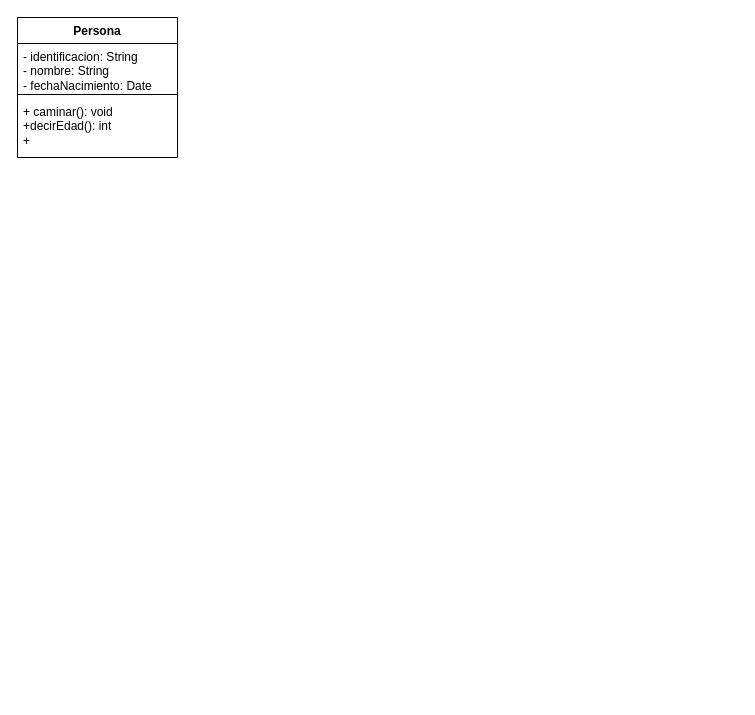
Earlier version of the draw.io diagram Diagrama de clases_S3.drawio (Isa4cc/BASE-DE-DATOS-I-DIAGRAMAS). Source tidied: cells renumbered, new cells numbered last; positions are measured from the earlier drawing's top-left corner, leaving out a move shared by most shapes. Both pictures are drawn from the tidied source at 100%, with x=0, y=0 at pixel (17, 17).
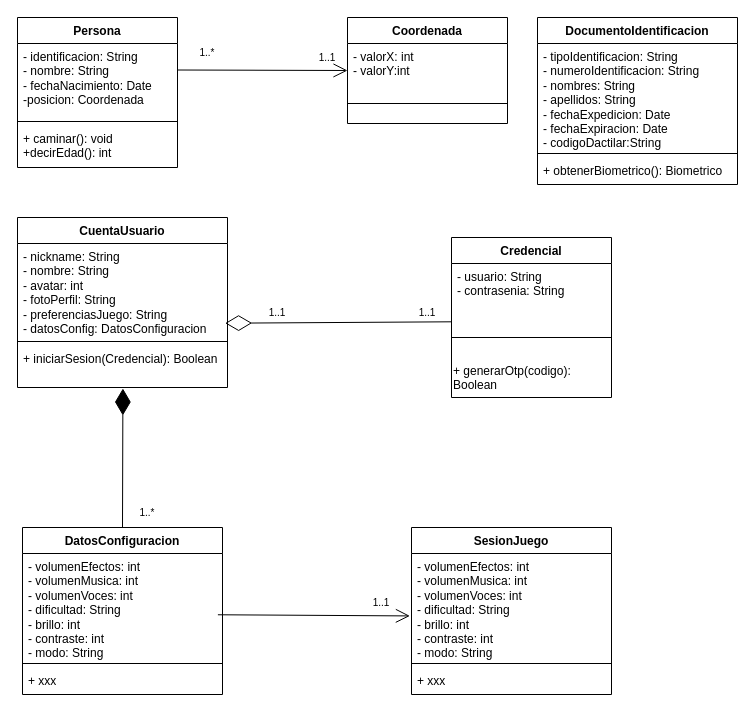
The same page after the edit.

The edit, as a diff of the source:
```diff
@@
     <mxCell id="2" value="Persona" style="swimlane;fontStyle=1;align=center;verticalAlign=top;horizontal=1;startSize=26;whiteSpace=wrap;html=1;" parent="1" vertex="1">
-      <mxGeometry width="160" height="140" as="geometry" />
+      <mxGeometry width="160" height="150" as="geometry" />
     </mxCell>
-    <mxCell id="3" value="&lt;div&gt;- identificacion: String&lt;/div&gt;&lt;div&gt;- nombre: String&lt;/div&gt;&lt;div&gt;- fechaNacimiento: Date&lt;/div&gt;" style="text;strokeColor=none;fillColor=none;align=left;verticalAlign=top;spacingLeft=4;spacingRight=4;overflow=hidden;whiteSpace=wrap;html=1;" parent="2" vertex="1">
-      <mxGeometry y="26" width="160" height="47" as="geometry" />
+    <mxCell id="3" value="&lt;div&gt;- identificacion: String&lt;/div&gt;&lt;div&gt;- nombre: String&lt;/div&gt;&lt;div&gt;- fechaNacimiento: Date&lt;/div&gt;&lt;div&gt;-posicion: Coordenada&lt;/div&gt;" style="text;strokeColor=none;fillColor=none;align=left;verticalAlign=top;spacingLeft=4;spacingRight=4;overflow=hidden;whiteSpace=wrap;html=1;" parent="2" vertex="1">
+      <mxGeometry y="26" width="160" height="74" as="geometry" />
     </mxCell>
     <mxCell id="4" style="line;strokeWidth=1;fillColor=none;align=left;verticalAlign=middle;spacingTop=-1;spacingLeft=3;spacingRight=3;labelPosition=right;strokeColor=inherit;" parent="2" vertex="1">
-      <mxGeometry y="73" width="160" height="8" as="geometry" />
+      <mxGeometry y="100" width="160" height="8" as="geometry" />
     </mxCell>
-    <mxCell id="5" value="&lt;div&gt;+ caminar(): void&lt;/div&gt;&lt;div&gt;+decirEdad(): int&lt;/div&gt;&lt;div&gt;+&lt;/div&gt;" style="text;strokeColor=none;fillColor=none;align=left;verticalAlign=top;spacingLeft=4;spacingRight=4;overflow=hidden;whiteSpace=wrap;html=1;" parent="2" vertex="1">
-      <mxGeometry y="81" width="160" height="59" as="geometry" />
+    <mxCell id="5" value="&lt;div&gt;+ caminar(): void&lt;/div&gt;&lt;div&gt;+decirEdad(): int&lt;/div&gt;&lt;div&gt;&lt;br&gt;&lt;/div&gt;" style="text;strokeColor=none;fillColor=none;align=left;verticalAlign=top;spacingLeft=4;spacingRight=4;overflow=hidden;whiteSpace=wrap;html=1;" parent="2" vertex="1">
+      <mxGeometry y="108" width="160" height="42" as="geometry" />
     </mxCell>
+    <mxCell id="6" value="Coordenada" style="swimlane;fontStyle=1;align=center;verticalAlign=top;horizontal=1;startSize=26;whiteSpace=wrap;html=1;" parent="1" vertex="1">
+      <mxGeometry x="330" width="160" height="106" as="geometry" />
+    </mxCell>
+    <mxCell id="7" value="&lt;div&gt;- valorX: int&lt;/div&gt;&lt;div&gt;- valorY:int&lt;/div&gt;" style="text;strokeColor=none;fillColor=none;align=left;verticalAlign=top;spacingLeft=4;spacingRight=4;overflow=hidden;whiteSpace=wrap;html=1;" parent="6" vertex="1">
+      <mxGeometry y="26" width="160" height="40" as="geometry" />
+    </mxCell>
+    <mxCell id="8" style="line;strokeWidth=1;fillColor=none;align=left;verticalAlign=middle;spacingTop=-1;spacingLeft=3;spacingRight=3;labelPosition=right;strokeColor=inherit;" parent="6" vertex="1">
+      <mxGeometry y="66" width="160" height="40" as="geometry" />
+    </mxCell>
+    <mxCell id="9" value="DocumentoIdentificacion" style="swimlane;fontStyle=1;align=center;verticalAlign=top;horizontal=1;startSize=26;whiteSpace=wrap;html=1;" parent="1" vertex="1">
+      <mxGeometry x="520" width="200" height="167" as="geometry" />
+    </mxCell>
+    <mxCell id="10" value="&lt;div&gt;- tipoIdentificacion: String&lt;/div&gt;&lt;div&gt;- numeroIdentificacion: String&lt;/div&gt;&lt;div&gt;- nombres: String&lt;/div&gt;&lt;div&gt;- apellidos: String&lt;/div&gt;&lt;div&gt;- fechaExpedicion: Date&lt;/div&gt;&lt;div&gt;- fechaExpiracion: Date&lt;/div&gt;&lt;div&gt;- codigoDactilar:String&lt;span style=&quot;white-space: pre;&quot;&gt;&#9;&lt;/span&gt;&lt;span style=&quot;white-space: pre;&quot;&gt;&#9;&lt;/span&gt;&lt;span style=&quot;white-space: pre;&quot;&gt;&#9;&lt;/span&gt;&lt;span style=&quot;white-space: pre;&quot;&gt;&#9;&lt;/span&gt;&lt;/div&gt;" style="text;strokeColor=none;fillColor=none;align=left;verticalAlign=top;spacingLeft=4;spacingRight=4;overflow=hidden;whiteSpace=wrap;html=1;" parent="9" vertex="1">
+      <mxGeometry y="26" width="200" height="106" as="geometry" />
+    </mxCell>
+    <mxCell id="11" style="line;strokeWidth=1;fillColor=none;align=left;verticalAlign=middle;spacingTop=-1;spacingLeft=3;spacingRight=3;labelPosition=right;strokeColor=inherit;" parent="9" vertex="1">
+      <mxGeometry y="132" width="200" height="8" as="geometry" />
+    </mxCell>
+    <mxCell id="12" value="&lt;div&gt;+ obtenerBiometrico(): Biometrico&lt;/div&gt;" style="text;strokeColor=none;fillColor=none;align=left;verticalAlign=top;spacingLeft=4;spacingRight=4;overflow=hidden;whiteSpace=wrap;html=1;" parent="9" vertex="1">
+      <mxGeometry y="140" width="200" height="27" as="geometry" />
+    </mxCell>
+    <mxCell id="13" value="CuentaUsuario" style="swimlane;fontStyle=1;align=center;verticalAlign=top;horizontal=1;startSize=26;whiteSpace=wrap;html=1;" parent="1" vertex="1">
+      <mxGeometry y="200" width="210" height="170" as="geometry" />
+    </mxCell>
+    <mxCell id="14" value="&lt;div&gt;- nickname: String&lt;/div&gt;&lt;div&gt;- nombre: String&lt;/div&gt;&lt;div&gt;- avatar: int&lt;/div&gt;&lt;div&gt;- fotoPerfil: String&lt;/div&gt;&lt;div&gt;- preferenciasJuego: String&lt;/div&gt;&lt;div&gt;- datosConfig: DatosConfiguracion&lt;/div&gt;" style="text;strokeColor=none;fillColor=none;align=left;verticalAlign=top;spacingLeft=4;spacingRight=4;overflow=hidden;whiteSpace=wrap;html=1;" parent="13" vertex="1">
+      <mxGeometry y="26" width="210" height="94" as="geometry" />
+    </mxCell>
+    <mxCell id="15" style="line;strokeWidth=1;fillColor=none;align=left;verticalAlign=middle;spacingTop=-1;spacingLeft=3;spacingRight=3;labelPosition=right;strokeColor=inherit;" parent="13" vertex="1">
+      <mxGeometry y="120" width="210" height="8" as="geometry" />
+    </mxCell>
+    <mxCell id="16" value="&lt;div&gt;+ iniciarSesion(Credencial): Boolean&lt;/div&gt;&lt;div&gt;&lt;br&gt;&lt;/div&gt;" style="text;strokeColor=none;fillColor=none;align=left;verticalAlign=top;spacingLeft=4;spacingRight=4;overflow=hidden;points=[[0,0.5],[1,0.5]];portConstraint=eastwest;whiteSpace=wrap;html=1;" parent="13" vertex="1">
+      <mxGeometry y="128" width="210" height="42" as="geometry" />
+    </mxCell>
+    <mxCell id="17" value="Credencial" style="swimlane;fontStyle=1;align=center;verticalAlign=top;horizontal=1;startSize=26;whiteSpace=wrap;html=1;" parent="1" vertex="1">
+      <mxGeometry x="434" y="220" width="160" height="160" as="geometry" />
+    </mxCell>
+    <mxCell id="18" value="&lt;div&gt;- usuario: String&lt;/div&gt;&lt;div&gt;- contrasenia: String&lt;/div&gt;&lt;div&gt;&lt;br&gt;&lt;/div&gt;" style="text;strokeColor=none;fillColor=none;align=left;verticalAlign=top;spacingLeft=4;spacingRight=4;overflow=hidden;whiteSpace=wrap;html=1;" parent="17" vertex="1">
+      <mxGeometry y="26" width="160" height="54" as="geometry" />
+    </mxCell>
+    <mxCell id="19" style="line;strokeWidth=1;fillColor=none;align=left;verticalAlign=middle;spacingTop=-1;spacingLeft=3;spacingRight=3;labelPosition=right;strokeColor=inherit;" parent="17" vertex="1">
+      <mxGeometry y="80" width="160" height="40" as="geometry" />
+    </mxCell>
+    <mxCell id="20" value="+ generarOtp(codigo): Boolean" style="text;whiteSpace=wrap;html=1;" parent="17" vertex="1">
+      <mxGeometry y="120" width="160" height="40" as="geometry" />
+    </mxCell>
+    <mxCell id="21" style="endArrow=diamondThin;endFill=0;endSize=24;html=1;rounded=0;entryX=1.01;entryY=0.623;entryDx=0;entryDy=0;entryPerimeter=0;exitX=0.028;exitY=1.059;exitDx=0;exitDy=0;exitPerimeter=0;" parent="1" edge="1">
+      <mxGeometry relative="1" as="geometry">
+        <mxPoint x="434" y="304.3" as="sourcePoint" />
+        <mxPoint x="207.6" y="305.7" as="targetPoint" />
+      </mxGeometry>
+    </mxCell>
+    <mxCell id="22" value="&lt;font style=&quot;font-size: 10px;&quot;&gt;1..1&lt;/font&gt;" style="text;html=1;whiteSpace=wrap;strokeColor=none;fillColor=none;align=center;verticalAlign=middle;rounded=0;" parent="1" vertex="1">
+      <mxGeometry x="230" y="280" width="60" height="30" as="geometry" />
+    </mxCell>
+    <mxCell id="23" value="&lt;font style=&quot;font-size: 10px;&quot;&gt;1..1&lt;/font&gt;" style="text;html=1;whiteSpace=wrap;strokeColor=none;fillColor=none;align=center;verticalAlign=middle;rounded=0;" parent="1" vertex="1">
+      <mxGeometry x="380" y="280" width="60" height="30" as="geometry" />
+    </mxCell>
+    <mxCell id="24" style="endArrow=open;endFill=1;endSize=12;html=1;rounded=0;entryX=0;entryY=0.5;entryDx=0;entryDy=0;" parent="1" edge="1" target="6">
+      <mxGeometry relative="1" as="geometry">
+        <mxPoint x="160" y="52.5" as="sourcePoint" />
+      </mxGeometry>
+    </mxCell>
+    <mxCell id="25" value="&lt;font style=&quot;font-size: 10px;&quot;&gt;1..*&lt;/font&gt;" style="text;html=1;whiteSpace=wrap;strokeColor=none;fillColor=none;align=center;verticalAlign=middle;rounded=0;" parent="1" vertex="1">
+      <mxGeometry x="160" y="20" width="60" height="30" as="geometry" />
+    </mxCell>
+    <mxCell id="26" value="&lt;font style=&quot;font-size: 10px;&quot;&gt;1..1&lt;/font&gt;" style="text;html=1;whiteSpace=wrap;strokeColor=none;fillColor=none;align=center;verticalAlign=middle;rounded=0;" parent="1" vertex="1">
+      <mxGeometry x="290" y="30" width="40" height="20" as="geometry" />
+    </mxCell>
+    <mxCell id="27" value="DatosConfiguracion" style="swimlane;fontStyle=1;align=center;verticalAlign=top;horizontal=1;startSize=26;whiteSpace=wrap;html=1;" parent="1" vertex="1">
+      <mxGeometry x="5" y="510" width="200" height="167" as="geometry" />
+    </mxCell>
+    <mxCell id="28" value="&lt;div&gt;- volumenEfectos: int&lt;/div&gt;&lt;div&gt;- volumenMusica: int&lt;/div&gt;&lt;div&gt;- volumenVoces: int&lt;/div&gt;&lt;div&gt;- dificultad: String&lt;/div&gt;&lt;div&gt;- brillo: int&lt;/div&gt;&lt;div&gt;- contraste: int&lt;/div&gt;&lt;div&gt;- modo: String&lt;/div&gt;" style="text;strokeColor=none;fillColor=none;align=left;verticalAlign=top;spacingLeft=4;spacingRight=4;overflow=hidden;points=[[0,0.5],[1,0.5]];portConstraint=eastwest;whiteSpace=wrap;html=1;" parent="27" vertex="1">
+      <mxGeometry y="26" width="200" height="106" as="geometry" />
+    </mxCell>
+    <mxCell id="29" style="line;strokeWidth=1;fillColor=none;align=left;verticalAlign=middle;spacingTop=-1;spacingLeft=3;spacingRight=3;labelPosition=right;strokeColor=inherit;" parent="27" vertex="1">
+      <mxGeometry y="132" width="200" height="8" as="geometry" />
+    </mxCell>
+    <mxCell id="30" value="&lt;div&gt;+ xxx&lt;/div&gt;" style="text;strokeColor=none;fillColor=none;align=left;verticalAlign=top;spacingLeft=4;spacingRight=4;overflow=hidden;whiteSpace=wrap;html=1;" parent="27" vertex="1">
+      <mxGeometry y="140" width="200" height="27" as="geometry" />
+    </mxCell>
+    <mxCell id="31" value="SesionJuego" style="swimlane;fontStyle=1;align=center;verticalAlign=top;horizontal=1;startSize=26;whiteSpace=wrap;html=1;" parent="1" vertex="1">
+      <mxGeometry x="394" y="510" width="200" height="167" as="geometry" />
+    </mxCell>
+    <mxCell id="32" value="&lt;div&gt;- volumenEfectos: int&lt;/div&gt;&lt;div&gt;- volumenMusica: int&lt;/div&gt;&lt;div&gt;- volumenVoces: int&lt;/div&gt;&lt;div&gt;- dificultad: String&lt;/div&gt;&lt;div&gt;- brillo: int&lt;/div&gt;&lt;div&gt;- contraste: int&lt;/div&gt;&lt;div&gt;- modo: String&lt;/div&gt;" style="text;strokeColor=none;fillColor=none;align=left;verticalAlign=top;spacingLeft=4;spacingRight=4;overflow=hidden;points=[[0,0.5],[1,0.5]];portConstraint=eastwest;whiteSpace=wrap;html=1;" parent="31" vertex="1">
+      <mxGeometry y="26" width="200" height="106" as="geometry" />
+    </mxCell>
+    <mxCell id="33" style="line;strokeWidth=1;fillColor=none;align=left;verticalAlign=middle;spacingTop=-1;spacingLeft=3;spacingRight=3;labelPosition=right;strokeColor=inherit;" parent="31" vertex="1">
+      <mxGeometry y="132" width="200" height="8" as="geometry" />
+    </mxCell>
+    <mxCell id="34" value="&lt;div&gt;+ xxx&lt;/div&gt;" style="text;strokeColor=none;fillColor=none;align=left;verticalAlign=top;spacingLeft=4;spacingRight=4;overflow=hidden;whiteSpace=wrap;html=1;" parent="31" vertex="1">
+      <mxGeometry y="140" width="200" height="27" as="geometry" />
+    </mxCell>
+    <mxCell id="35" style="endArrow=diamondThin;endFill=1;endSize=24;html=1;rounded=0;entryX=0.502;entryY=1.024;entryDx=0;entryDy=0;entryPerimeter=0;exitX=0.5;exitY=0;exitDx=0;exitDy=0;" parent="1" edge="1" source="27" target="16">
+      <mxGeometry relative="1" as="geometry" />
+    </mxCell>
+    <mxCell id="36" value="&lt;font style=&quot;font-size: 10px;&quot;&gt;1..*&lt;/font&gt;" style="text;html=1;whiteSpace=wrap;strokeColor=none;fillColor=none;align=center;verticalAlign=middle;rounded=0;" parent="1" vertex="1">
+      <mxGeometry x="100" y="480" width="60" height="30" as="geometry" />
+    </mxCell>
+    <mxCell id="37" style="endArrow=open;endFill=1;endSize=12;html=1;rounded=0;entryX=-0.008;entryY=0.589;entryDx=0;entryDy=0;entryPerimeter=0;exitX=0.977;exitY=0.578;exitDx=0;exitDy=0;exitPerimeter=0;" parent="1" edge="1" source="28" target="32">
+      <mxGeometry relative="1" as="geometry" />
+    </mxCell>
+    <mxCell id="38" value="&lt;font style=&quot;font-size: 10px;&quot;&gt;1..1&lt;/font&gt;" style="text;html=1;whiteSpace=wrap;strokeColor=none;fillColor=none;align=center;verticalAlign=middle;rounded=0;" parent="1" vertex="1">
+      <mxGeometry x="334" y="570" width="60" height="30" as="geometry" />
+    </mxCell>
```
